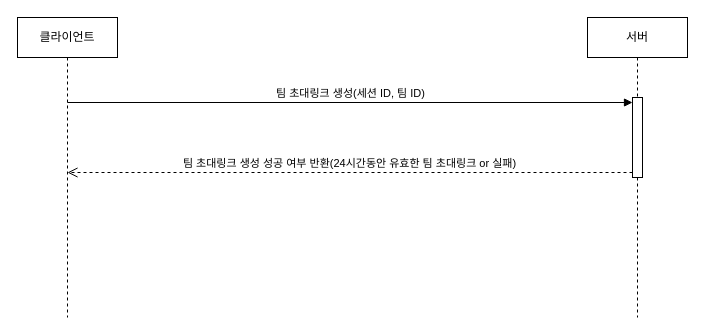
Earlier version of the draw.io diagram page "팀 초대링크 생성 SD" (3 of 8) of docs/팀 관리/팀 관리 SD.drawio (vvsos1/Team5-EQUUS-N). Source tidied: cells renumbered, new cells numbered last; positions are measured from the earlier drawing's top-left corner, leaving out a move shared by most shapes. Both pictures are drawn from the tidied source at 100%, with x=0, y=0 at pixel (17, 17).
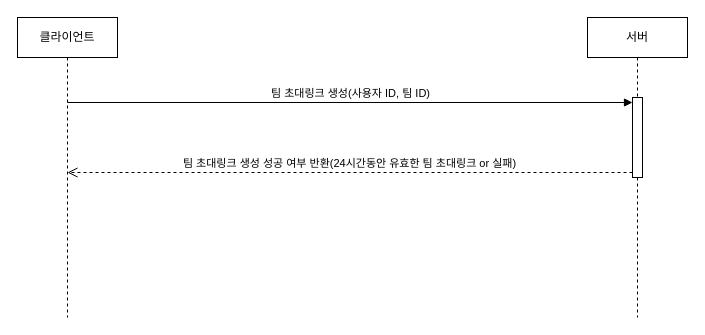
Above is the later version.

The edit, as a diff of the source:
```diff
@@
 <mxGraphModel>
   <root>
     <mxCell id="0" />
     <mxCell id="1" parent="0" />
     <mxCell id="2" value="클라이언트" style="shape=umlLifeline;perimeter=lifelinePerimeter;whiteSpace=wrap;html=1;newEdgeStyle={&quot;curved&quot;:0,&quot;rounded&quot;:0};" parent="1" vertex="1">
       <mxGeometry width="100" height="300" as="geometry" />
     </mxCell>
     <mxCell id="3" value="서버" style="shape=umlLifeline;perimeter=lifelinePerimeter;whiteSpace=wrap;html=1;newEdgeStyle={&quot;curved&quot;:0,&quot;rounded&quot;:0};" parent="1" vertex="1">
       <mxGeometry x="570" width="100" height="300" as="geometry" />
     </mxCell>
     <mxCell id="4" style="html=1;points=[[0,0,0,0,5],[0,1,0,0,-5],[1,0,0,0,5],[1,1,0,0,-5]];perimeter=orthogonalPerimeter;outlineConnect=0;targetShapes=umlLifeline;portConstraint=eastwest;newEdgeStyle={&quot;curved&quot;:0,&quot;rounded&quot;:0};" parent="3" vertex="1">
       <mxGeometry x="45" y="80" width="10" height="80" as="geometry" />
     </mxCell>
-    <mxCell id="5" value="팀 초대링크 생성(세션 ID, 팀 ID)" style="html=1;verticalAlign=bottom;endArrow=block;curved=0;rounded=0;entryX=0;entryY=0;entryDx=0;entryDy=5;" parent="1" edge="1" target="4">
+    <mxCell id="5" value="팀 초대링크 생성(사용자 ID, 팀 ID)" style="html=1;verticalAlign=bottom;endArrow=block;curved=0;rounded=0;entryX=0;entryY=0;entryDx=0;entryDy=5;" parent="1" edge="1" target="4">
       <mxGeometry relative="1" as="geometry">
         <mxPoint x="50" y="85" as="sourcePoint" />
       </mxGeometry>
     </mxCell>
     <mxCell id="6" value="팀 초대링크 생성 성공 여부 반환(24시간동안 유효한 팀 초대링크 or 실패)" style="html=1;verticalAlign=bottom;endArrow=open;dashed=1;endSize=8;curved=0;rounded=0;exitX=0;exitY=1;exitDx=0;exitDy=-5;" parent="1" edge="1" source="4">
       <mxGeometry relative="1" as="geometry">
         <mxPoint x="50" y="155" as="targetPoint" />
       </mxGeometry>
     </mxCell>
   </root>
 </mxGraphModel>
```
